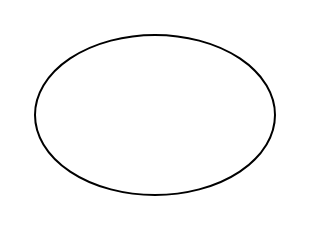
Above: cloud_programming_diagram 1.drawio in Matasem-h/SimpleFlowcharts (draw.io), before the change. Source tidied: cells renumbered, new cells numbered last; positions are measured from the earlier drawing's top-left corner, leaving out a move shared by most shapes. Both pictures are drawn from the tidied source at 200%, with x=0, y=0 at pixel (34, 34).
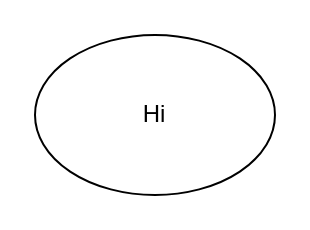
The same page after the edit.

Diff of the diagram source:
```diff
@@
 <mxGraphModel>
   <root>
     <mxCell id="0" />
     <mxCell id="1" parent="0" />
-    <mxCell id="2" style="ellipse;whiteSpace=wrap;html=1;" parent="1" vertex="1">
+    <mxCell id="2" value="Hi" style="ellipse;whiteSpace=wrap;html=1;" parent="1" vertex="1">
       <mxGeometry width="120" height="80" as="geometry" />
     </mxCell>
   </root>
 </mxGraphModel>
```
